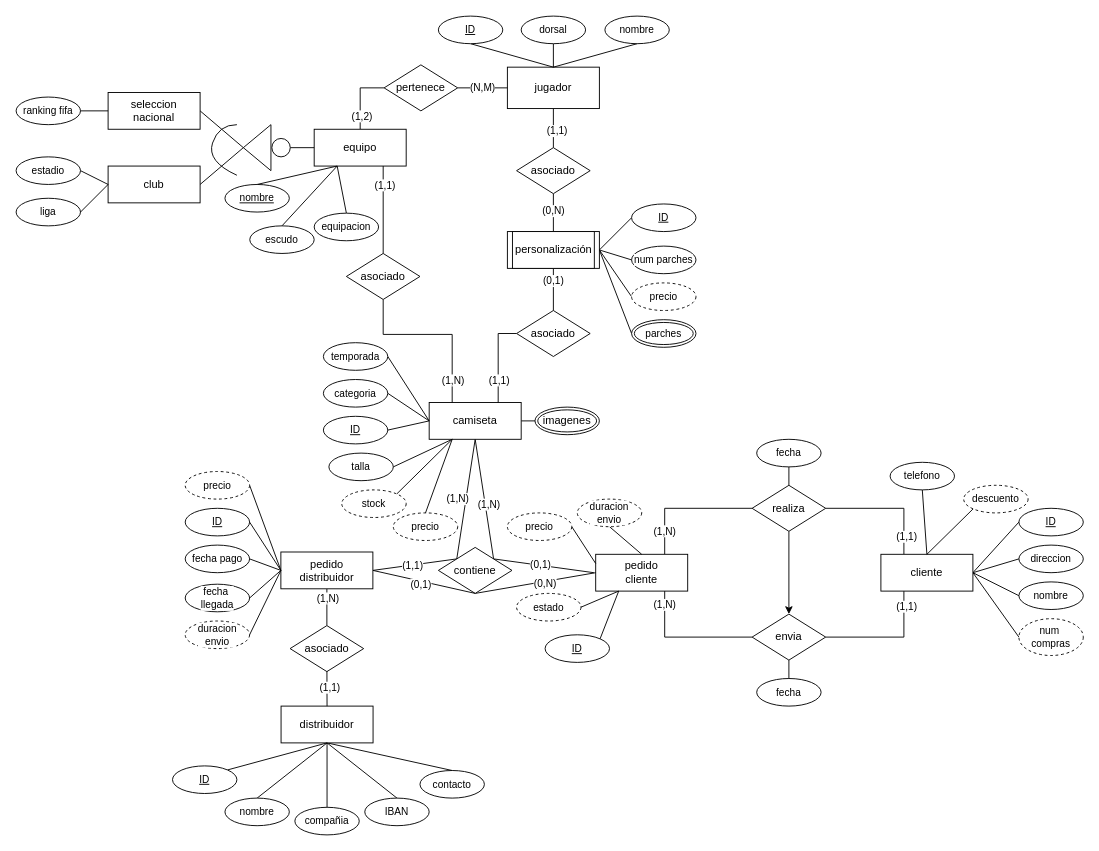
Earlier version of the draw.io diagram proyecto_final/pedidos_camisetas.drawio (Robertpm01/ADBD). Source tidied: cells renumbered, new cells numbered last; positions are measured from the earlier drawing's top-left corner, leaving out a move shared by most shapes. Both pictures are drawn from the tidied source at 92%, with x=0, y=0 at pixel (16, 16).
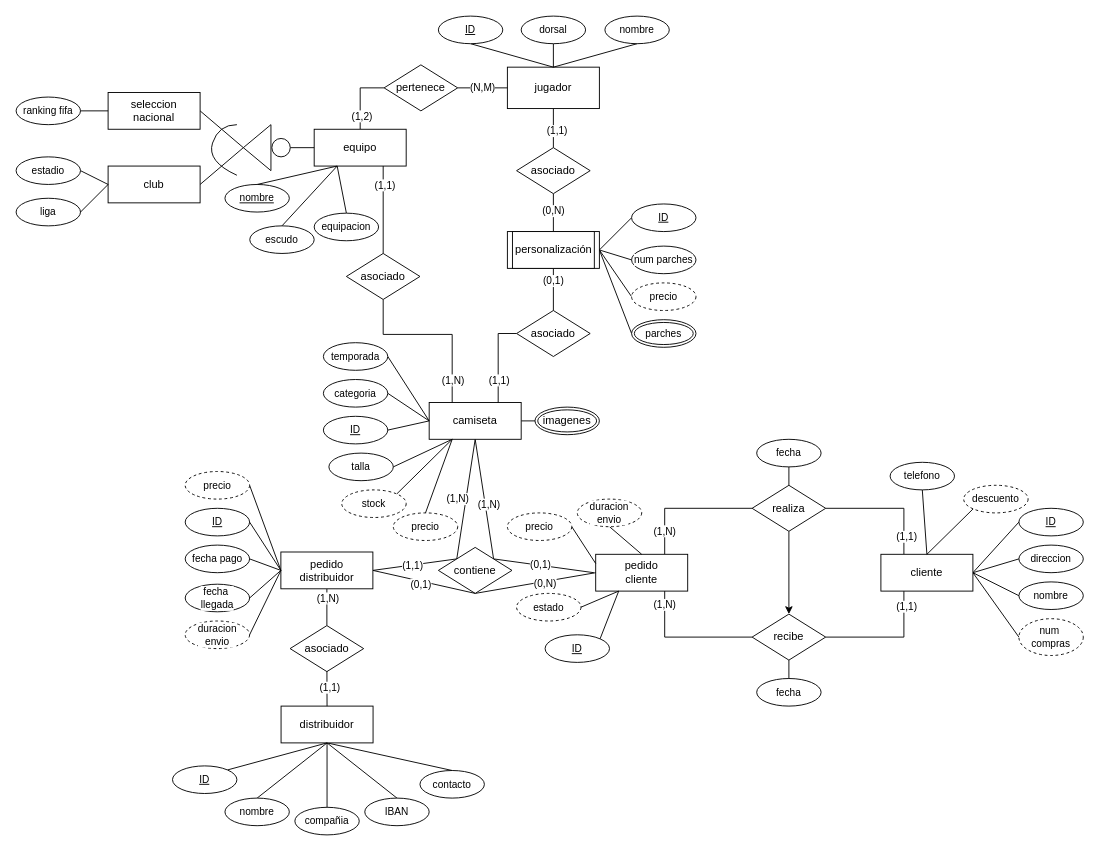
Above is the later version.

Change to the diagram source:
```diff
@@
-    <mxCell id="51" value="envia" style="shape=rhombus;perimeter=rhombusPerimeter;whiteSpace=wrap;html=1;align=center;" parent="1" vertex="1">
+    <mxCell id="51" value="recibe" style="shape=rhombus;perimeter=rhombusPerimeter;whiteSpace=wrap;html=1;align=center;" parent="1" vertex="1">
       <mxGeometry x="800" y="650" width="80" height="50" as="geometry" />
     </mxCell>
```
